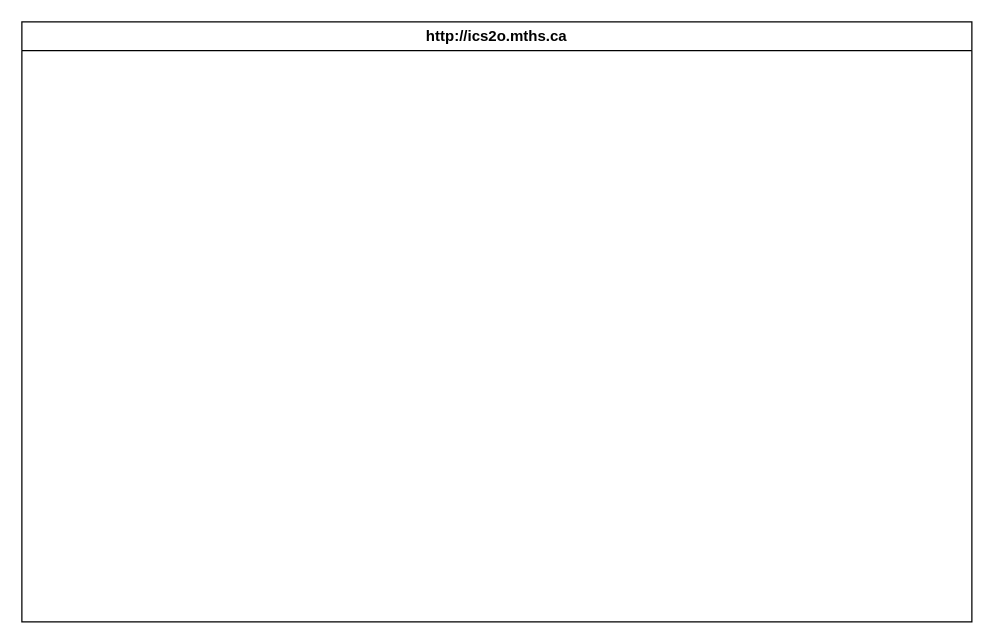
The draw.io diagram design/storyboard.drawio in MTHS-ICS2O-2-2022/ICS2O-Unit-5-04-Yuri-Gabutero24, before the edit. Source tidied: cells renumbered, new cells numbered last; positions are measured from the earlier drawing's top-left corner, leaving out a move shared by most shapes. Both pictures are drawn from the tidied source at 125%, with x=0, y=0 at pixel (21, 21).
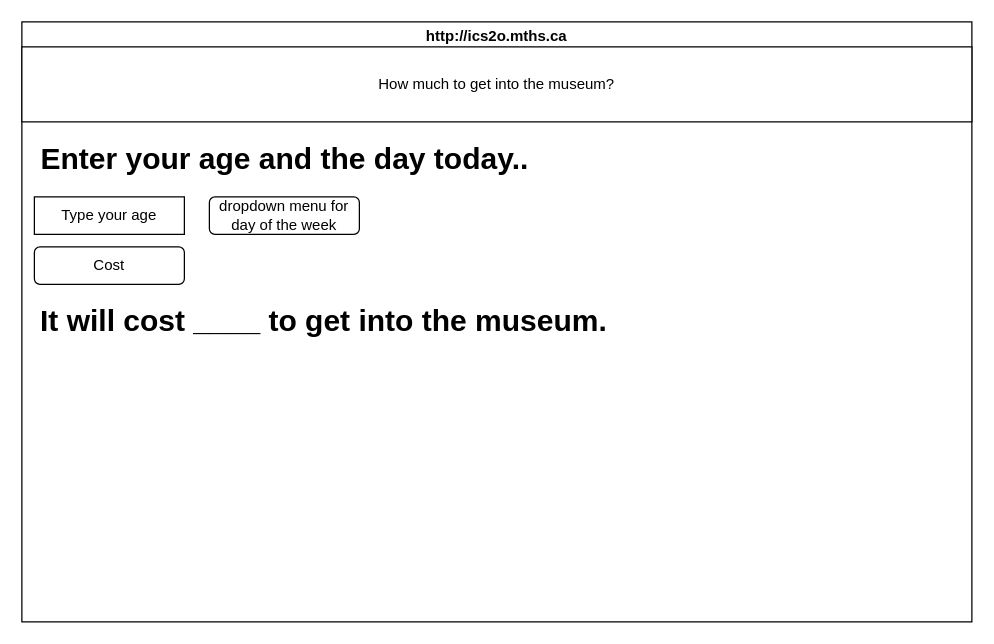
The same diagram, later.

Diff of the diagram source:
```diff
@@
 <mxGraphModel>
   <root>
     <mxCell id="0" />
     <mxCell id="1" parent="0" />
     <mxCell id="2" value="http://ics2o.mths.ca" style="swimlane;whiteSpace=wrap;html=1;" parent="1" vertex="1">
       <mxGeometry width="760" height="480" as="geometry" />
     </mxCell>
+    <mxCell id="3" value="How much to get into the museum?" style="rounded=0;whiteSpace=wrap;html=1;" parent="2" vertex="1">
+      <mxGeometry y="20" width="760" height="60" as="geometry" />
+    </mxCell>
+    <mxCell id="4" value="Type your age" style="rounded=0;whiteSpace=wrap;html=1;" parent="2" vertex="1">
+      <mxGeometry x="10" y="140" width="120" height="30" as="geometry" />
+    </mxCell>
+    <mxCell id="5" value="Enter your age and the day today.." style="text;strokeColor=none;fillColor=none;html=1;fontSize=24;fontStyle=1;verticalAlign=middle;align=center;" parent="2" vertex="1">
+      <mxGeometry x="160" y="90" width="100" height="40" as="geometry" />
+    </mxCell>
+    <mxCell id="6" value="dropdown menu for day of the week" style="rounded=1;whiteSpace=wrap;html=1;" parent="2" vertex="1">
+      <mxGeometry x="150" y="140" width="120" height="30" as="geometry" />
+    </mxCell>
+    <mxCell id="7" value="Cost" style="rounded=1;whiteSpace=wrap;html=1;" parent="2" vertex="1">
+      <mxGeometry x="10" y="180" width="120" height="30" as="geometry" />
+    </mxCell>
+    <mxCell id="8" value="&lt;h1&gt;It will cost ____ to get into the museum.&lt;/h1&gt;" style="text;html=1;strokeColor=none;fillColor=none;spacing=5;spacingTop=-20;whiteSpace=wrap;overflow=hidden;rounded=0;" parent="2" vertex="1">
+      <mxGeometry x="10" y="220" width="610" height="120" as="geometry" />
+    </mxCell>
   </root>
 </mxGraphModel>
```
